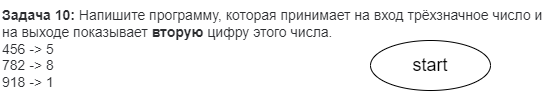
This is Task_1/diagram.drawio.png from LiudmilaKozenkova/Seminar_2_CSharp-homework-, a draw.io export, as it was before one commit. Source tidied: cells renumbered, new cells last; positions are measured from the earlier drawing's top-left corner, leaving out a move shared by most shapes.
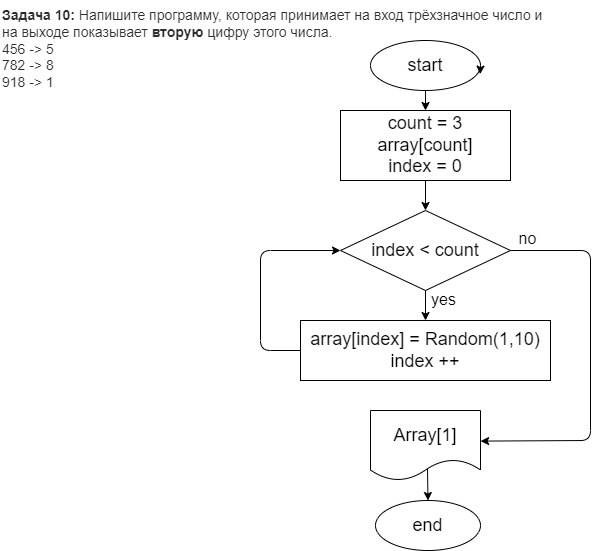
The same diagram one commit later.

The edit, as a diff of the source:
```diff
@@ -5,8 +5,60 @@
     <mxCell id="2" value="&lt;p style=&quot;box-sizing: border-box; margin: 0px; font-weight: 400; color: rgb(44, 45, 48); font-family: roboto, &amp;quot;san francisco&amp;quot;, &amp;quot;helvetica neue&amp;quot;, helvetica, arial; font-size: 14px; font-style: normal; letter-spacing: normal; text-indent: 0px; text-transform: none; word-spacing: 0px; background-color: rgb(255, 255, 255);&quot;&gt;&lt;strong style=&quot;box-sizing: border-box ; font-weight: 700&quot;&gt;Задача 10:&lt;/strong&gt;&lt;span&gt;&amp;nbsp;&lt;/span&gt;Напишите программу, которая принимает на вход трёхзначное число и на выходе показывает&amp;nbsp;&lt;strong style=&quot;box-sizing: border-box ; font-weight: 700&quot;&gt;вторую&lt;/strong&gt;&lt;span&gt;&amp;nbsp;&lt;/span&gt;цифру этого числа.&lt;/p&gt;&lt;p style=&quot;box-sizing: border-box; margin: 0px; font-weight: 400; color: rgb(44, 45, 48); font-family: roboto, &amp;quot;san francisco&amp;quot;, &amp;quot;helvetica neue&amp;quot;, helvetica, arial; font-size: 14px; font-style: normal; letter-spacing: normal; text-indent: 0px; text-transform: none; word-spacing: 0px; background-color: rgb(255, 255, 255);&quot;&gt;456 -&amp;gt; 5&lt;br style=&quot;box-sizing: border-box&quot;&gt;782 -&amp;gt; 8&lt;br style=&quot;box-sizing: border-box&quot;&gt;918 -&amp;gt; 1&lt;/p&gt;" style="text;whiteSpace=wrap;html=1;" parent="1" vertex="1">
       <mxGeometry width="550" height="90" as="geometry" />
     </mxCell>
+    <mxCell id="4" style="edgeStyle=none;html=1;fontSize=18;" parent="1" edge="1" source="3" target="7">
+      <mxGeometry relative="1" as="geometry" />
+    </mxCell>
     <mxCell id="3" value="&lt;font style=&quot;font-size: 18px&quot;&gt;start&lt;/font&gt;" style="ellipse;whiteSpace=wrap;html=1;" parent="1" vertex="1">
-      <mxGeometry x="370" y="40" width="120" height="50" as="geometry" />
+      <mxGeometry x="370" y="40" width="110" height="50" as="geometry" />
     </mxCell>
+    <mxCell id="5" style="edgeStyle=none;html=1;exitX=1;exitY=0.5;exitDx=0;exitDy=0;entryX=0.997;entryY=0.672;entryDx=0;entryDy=0;entryPerimeter=0;fontSize=18;" parent="1" edge="1" source="3" target="3">
+      <mxGeometry relative="1" as="geometry" />
+    </mxCell>
+    <mxCell id="6" style="edgeStyle=none;html=1;fontSize=18;" parent="1" edge="1" source="7" target="10">
+      <mxGeometry relative="1" as="geometry" />
+    </mxCell>
+    <mxCell id="7" value="&lt;font style=&quot;font-size: 18px&quot;&gt;count = 3&lt;br&gt;array[count]&lt;br&gt;index = 0&lt;/font&gt;" style="whiteSpace=wrap;html=1;" parent="1" vertex="1">
+      <mxGeometry x="340" y="110" width="170" height="70" as="geometry" />
+    </mxCell>
+    <mxCell id="8" style="edgeStyle=none;html=1;fontSize=18;" parent="1" edge="1" source="10" target="11">
+      <mxGeometry relative="1" as="geometry" />
+    </mxCell>
+    <mxCell id="9" style="edgeStyle=none;html=1;fontSize=18;exitX=1;exitY=0.5;exitDx=0;exitDy=0;entryX=1.001;entryY=0.437;entryDx=0;entryDy=0;entryPerimeter=0;" parent="1" edge="1" source="10" target="14">
+      <mxGeometry relative="1" as="geometry">
+        <Array as="points">
+          <mxPoint x="590" y="250" />
+          <mxPoint x="590" y="440" />
+        </Array>
+      </mxGeometry>
+    </mxCell>
+    <mxCell id="10" value="&lt;font style=&quot;font-size: 18px&quot;&gt;index &amp;lt; count&lt;/font&gt;" style="rhombus;whiteSpace=wrap;html=1;" parent="1" vertex="1">
+      <mxGeometry x="340" y="210" width="170" height="80" as="geometry" />
+    </mxCell>
+    <mxCell id="11" value="&lt;font style=&quot;font-size: 18px&quot;&gt;array[index] = Random(1,10)&lt;br&gt;index ++&lt;/font&gt;" style="whiteSpace=wrap;html=1;" parent="1" vertex="1">
+      <mxGeometry x="300" y="320" width="250" height="60" as="geometry" />
+    </mxCell>
+    <mxCell id="12" style="endArrow=classic;html=1;fontSize=18;exitX=0;exitY=0.5;exitDx=0;exitDy=0;entryX=0;entryY=0.5;entryDx=0;entryDy=0;" parent="1" edge="1" source="11" target="10">
+      <mxGeometry relative="1" as="geometry">
+        <Array as="points">
+          <mxPoint x="260" y="350" />
+          <mxPoint x="260" y="250" />
+        </Array>
+      </mxGeometry>
+    </mxCell>
+    <mxCell id="13" style="edgeStyle=none;html=1;fontSize=18;exitX=0.518;exitY=0.83;exitDx=0;exitDy=0;exitPerimeter=0;" parent="1" edge="1" source="14" target="15">
+      <mxGeometry relative="1" as="geometry" />
+    </mxCell>
+    <mxCell id="14" value="&lt;font style=&quot;font-size: 18px&quot;&gt;Array[1]&lt;/font&gt;" style="shape=document;whiteSpace=wrap;html=1;boundedLbl=1;" parent="1" vertex="1">
+      <mxGeometry x="370" y="410" width="110" height="70" as="geometry" />
+    </mxCell>
+    <mxCell id="15" value="&lt;font style=&quot;font-size: 18px&quot;&gt;end&lt;/font&gt;" style="ellipse;whiteSpace=wrap;html=1;" parent="1" vertex="1">
+      <mxGeometry x="375" y="500" width="105" height="50" as="geometry" />
+    </mxCell>
+    <mxCell id="16" value="&lt;font style=&quot;font-size: 16px&quot;&gt;yes&lt;/font&gt;" style="text;html=1;align=center;verticalAlign=middle;strokeColor=none;fillColor=none;fontSize=18;" parent="1" vertex="1">
+      <mxGeometry x="425" y="285" width="35" height="27" as="geometry" />
+    </mxCell>
+    <mxCell id="17" value="no" style="text;html=1;align=center;verticalAlign=middle;strokeColor=none;fillColor=none;fontSize=16;" parent="1" vertex="1">
+      <mxGeometry x="513" y="226" width="28" height="23" as="geometry" />
+    </mxCell>
   </root>
 </mxGraphModel>
```
